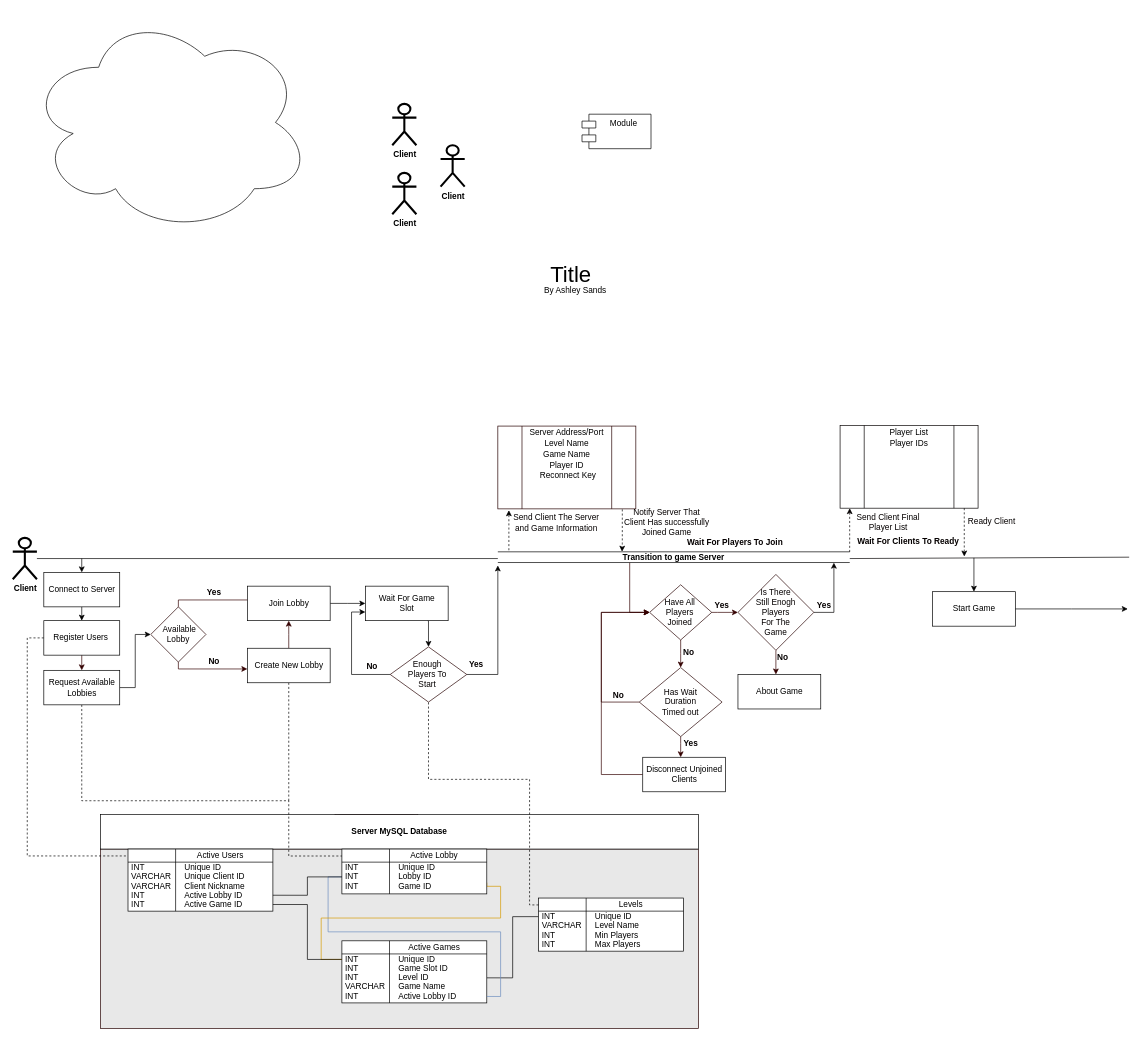
Earlier version of the draw.io diagram Server 2.drawio (Ashley-Sands/Comp-260). Source tidied: cells renumbered, new cells numbered last; positions are measured from the earlier drawing's top-left corner, leaving out a move shared by most shapes. Both pictures are drawn from the tidied source at 69%, with x=0, y=0 at pixel (12, 12).
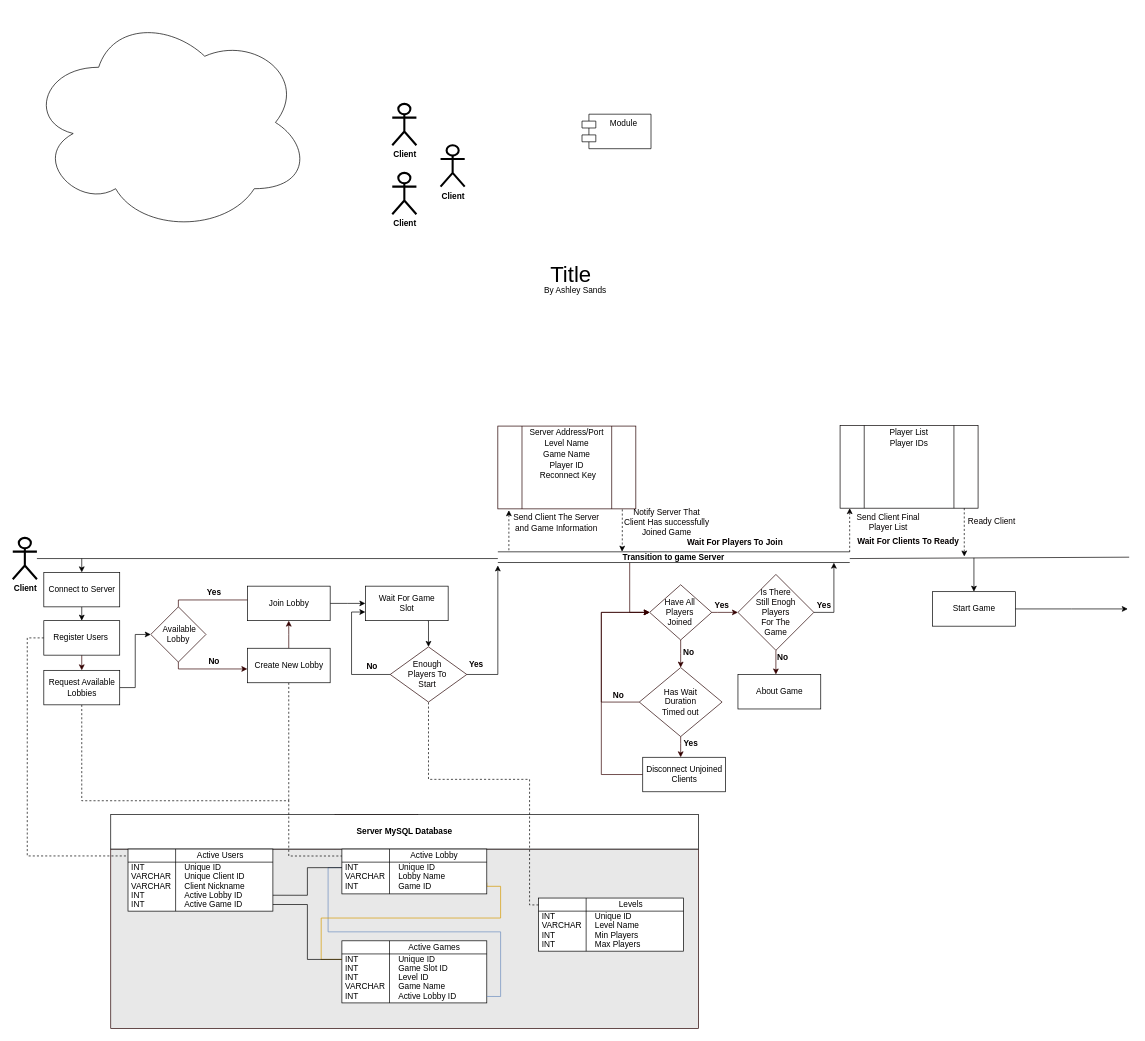
The same page after the edit.

The change refers to these unchanged cells:
```xml
<mxCell id="96" value="Active Lobby ID" style="text;html=1;strokeColor=none;fillColor=none;align=left;verticalAlign=middle;whiteSpace=wrap;rounded=0;glass=0;" parent="94" vertex="1">
  <mxGeometry x="80" width="130" height="13.3" as="geometry" />
</mxCell>
<mxCell id="120" value="Active Lobby ID" style="text;html=1;strokeColor=none;fillColor=none;align=left;verticalAlign=middle;whiteSpace=wrap;rounded=0;glass=0;" parent="118" vertex="1">
  <mxGeometry x="80" width="130" height="13.3" as="geometry" />
</mxCell>
<mxCell id="149" value="INT" style="text;html=1;strokeColor=none;fillColor=none;align=left;verticalAlign=middle;whiteSpace=wrap;rounded=0;glass=0;spacingLeft=3;" parent="148" vertex="1">
  <mxGeometry width="70" height="13.3" as="geometry" />
</mxCell>
<mxCell id="154" style="group;" parent="145" vertex="1">
  <mxGeometry y="33.7" width="210" height="13.3" as="geometry" />
</mxCell>
```

Change to the diagram source:
```diff
@@
-    <mxCell id="4" style="rounded=0;whiteSpace=wrap;html=1;glass=0;strokeColor=#260000;fillColor=#E8E8E8;fontColor=#FF0000;align=left;" parent="1" vertex="1">
-      <mxGeometry x="127" y="1213" width="867" height="260" as="geometry" />
-    </mxCell>
@@
+    <mxCell id="166" style="group;" parent="1" vertex="1">
+      <mxGeometry x="142" y="1213" width="852" height="260" as="geometry" />
+    </mxCell>
+    <mxCell id="4" style="rounded=0;whiteSpace=wrap;html=1;glass=0;strokeColor=#260000;fillColor=#E8E8E8;fontColor=#FF0000;align=left;" parent="166" vertex="1">
+      <mxGeometry width="852" height="260" as="geometry" />
+    </mxCell>
@@
     <mxCell id="84" value="&lt;span style=&quot;white-space: normal&quot;&gt;&lt;b&gt;Server MySQL Database&lt;/b&gt;&lt;/span&gt;" style="html=1;strokeWidth=1;align=center;whiteSpace=wrap;" parent="70" vertex="1">
-      <mxGeometry x="127" y="1163" width="867" height="50" as="geometry" />
+      <mxGeometry x="142" y="1163" width="852" height="50" as="geometry" />
     </mxCell>
@@
-    <mxCell id="142" style="edgeStyle=orthogonalEdgeStyle;rounded=0;jettySize=auto;html=1;exitX=1;exitY=0.5;exitDx=0;exitDy=0;entryX=0;entryY=0.5;entryDx=0;entryDy=0;fillColor=#dae8fc;strokeColor=#6c8ebf;endArrow=none;endFill=0;" parent="141" edge="1" source="120" target="155">
+    <mxCell id="142" style="edgeStyle=orthogonalEdgeStyle;rounded=0;jettySize=auto;html=1;exitX=1;exitY=0.5;exitDx=0;exitDy=0;entryX=0;entryY=0.5;entryDx=0;entryDy=0;fillColor=#dae8fc;strokeColor=#6c8ebf;endArrow=none;endFill=0;" parent="141" edge="1" source="120" target="149">
       <mxGeometry relative="1" as="geometry">
         <Array as="points">
           <mxPoint x="707" y="1427" />
           <mxPoint x="707" y="1333" />
           <mxPoint x="457" y="1333" />
-          <mxPoint x="457" y="1253" />
-          <mxPoint x="477" y="1253" />
+          <mxPoint x="457" y="1240" />
         </Array>
       </mxGeometry>
     </mxCell>
@@
-    <mxCell id="155" value="INT" style="text;html=1;strokeColor=none;fillColor=none;align=left;verticalAlign=middle;whiteSpace=wrap;rounded=0;glass=0;spacingLeft=3;" parent="154" vertex="1">
+    <mxCell id="155" value="VARCHAR" style="text;html=1;strokeColor=none;fillColor=none;align=left;verticalAlign=middle;whiteSpace=wrap;rounded=0;glass=0;spacingLeft=3;" parent="154" vertex="1">
       <mxGeometry width="70" height="13.3" as="geometry" />
     </mxCell>
-    <mxCell id="156" value="Lobby ID" style="text;html=1;strokeColor=none;fillColor=none;align=left;verticalAlign=middle;whiteSpace=wrap;rounded=0;glass=0;" parent="154" vertex="1">
+    <mxCell id="156" value="Lobby Name" style="text;html=1;strokeColor=none;fillColor=none;align=left;verticalAlign=middle;whiteSpace=wrap;rounded=0;glass=0;" parent="154" vertex="1">
       <mxGeometry x="80" width="130" height="13.3" as="geometry" />
     </mxCell>
-    <mxCell id="157" style="edgeStyle=orthogonalEdgeStyle;rounded=0;jettySize=auto;html=1;exitX=1;exitY=0.5;exitDx=0;exitDy=0;entryX=0;entryY=0.5;entryDx=0;entryDy=0;endArrow=none;endFill=0;" parent="141" edge="1" source="96" target="155">
+    <mxCell id="157" style="edgeStyle=orthogonalEdgeStyle;rounded=0;jettySize=auto;html=1;exitX=1;exitY=0.5;exitDx=0;exitDy=0;entryX=0;entryY=0.5;entryDx=0;entryDy=0;endArrow=none;endFill=0;" parent="141" edge="1" source="96" target="149">
       <mxGeometry relative="1" as="geometry" />
     </mxCell>
```
